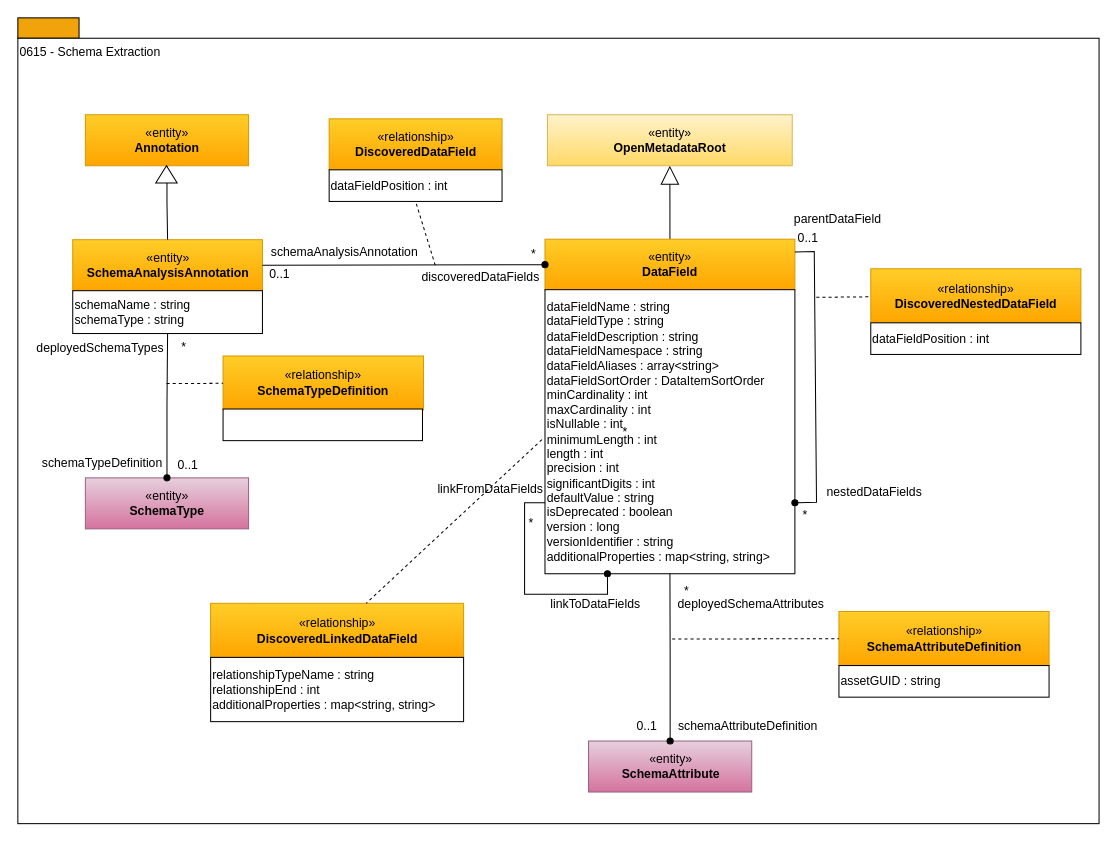
odpi/egeria-docs keeps this draw.io diagram as page "0615-Schema-Extraction" (6 of 16) of site/docs/types/6/area-6-discovery.drawio. Above is the earlier version. Source tidied: cells renumbered, new cells numbered last; positions are measured from the earlier drawing's top-left corner, leaving out a move shared by most shapes. Both pictures are drawn from the tidied source at 102%, with x=0, y=0 at pixel (17, 17).
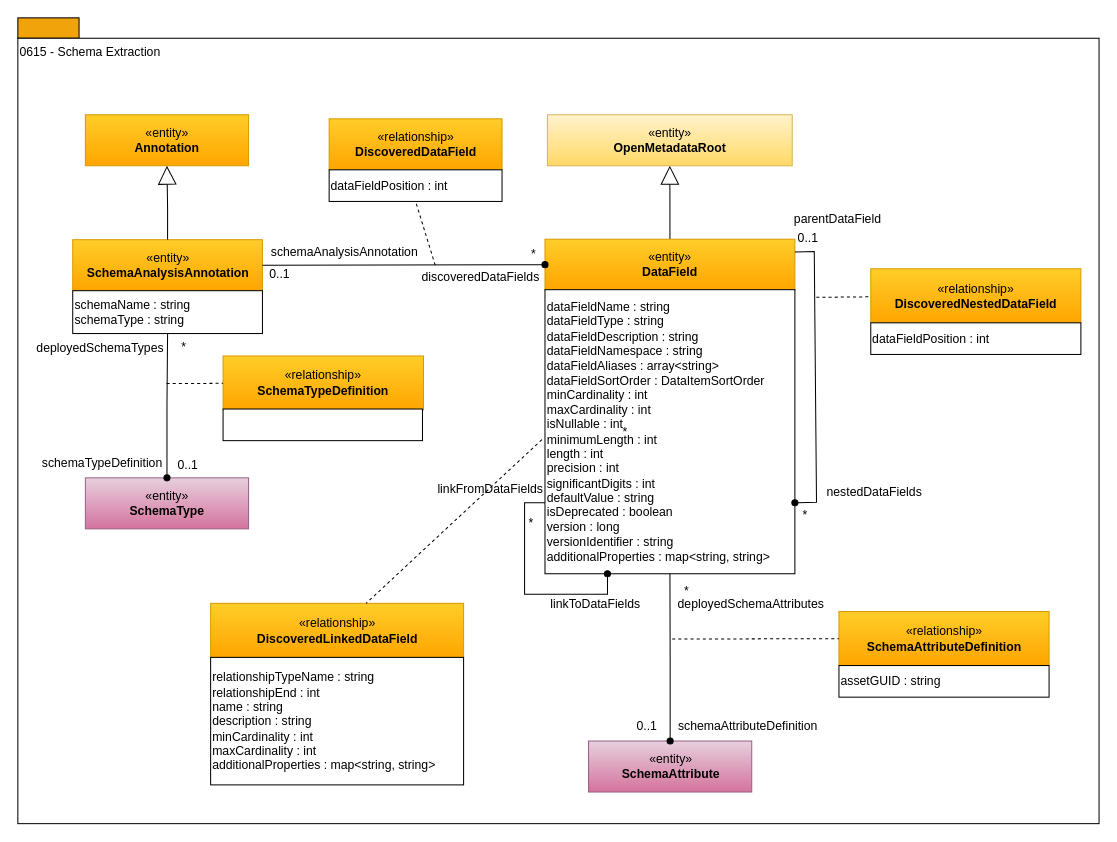
The same page after the edit.

Commit message (it also covers changes not shown here):
Extend DiscoveredLinkedDataField relationship

The change refers to these unchanged cells:
```xml
<mxCell id="4" value="«entity»&lt;br&gt;&lt;b&gt;SchemaAnalysisAnnotation&lt;/b&gt;" style="html=1;strokeColor=#d79b00;align=center;fillColor=#ffcd28;gradientColor=#ffa500;" parent="1" vertex="1">
  <mxGeometry x="53.8" y="217.5" width="186" height="50" as="geometry" />
</mxCell>
<mxCell id="7" value="«entity»&lt;br&gt;&lt;b&gt;Annotation&lt;/b&gt;" style="html=1;strokeColor=#d79b00;align=center;fillColor=#ffcd28;gradientColor=#ffa500;" parent="1" vertex="1">
  <mxGeometry x="66.2" y="95" width="160" height="50" as="geometry" />
</mxCell>
```

The edit, as a diff of the source:
```diff
@@
-    <mxCell id="6" style="edgeStyle=orthogonalEdgeStyle;rounded=0;html=1;endArrow=none;endFill=0;jettySize=auto;" parent="1" edge="1" source="7" target="4">
-      <mxGeometry relative="1" as="geometry" />
-    </mxCell>
@@
-    <mxCell id="8" style="triangle;whiteSpace=wrap;html=1;strokeColor=#000000;gradientColor=#ffffff;align=center;rotation=-90;" parent="1" vertex="1">
-      <mxGeometry x="137.2" y="143" width="17" height="21" as="geometry" />
-    </mxCell>
@@
-    <mxCell id="50" value="relationshipTypeName : string&lt;br&gt;relationshipEnd : int&lt;br&gt;additionalProperties : map&amp;lt;string, string&amp;gt;" style="rounded=0;whiteSpace=wrap;html=1;strokeColor=#000000;gradientColor=#ffffff;align=left;" parent="1" vertex="1">
-      <mxGeometry x="189" y="627" width="248" height="63" as="geometry" />
+    <mxCell id="50" value="relationshipTypeName : string&lt;br&gt;relationshipEnd : int&lt;br&gt;name : string&lt;br&gt;description : string&lt;br&gt;minCardinality : int&lt;br style=&quot;border-color: var(--border-color);&quot;&gt;maxCardinality : int&lt;br&gt;additionalProperties : map&amp;lt;string, string&amp;gt;" style="rounded=0;whiteSpace=wrap;html=1;strokeColor=#000000;gradientColor=#ffffff;align=left;" parent="1" vertex="1">
+      <mxGeometry x="189" y="627" width="248" height="125" as="geometry" />
     </mxCell>
@@
+    <mxCell id="55" style="edgeStyle=orthogonalEdgeStyle;rounded=0;jettySize=auto;html=1;endArrow=block;endFill=0;endSize=16;entryX=0.5;entryY=1;entryDx=0;entryDy=0;exitX=0.5;exitY=0;exitDx=0;exitDy=0;" parent="1" edge="1" source="4" target="7">
+      <mxGeometry relative="1" as="geometry" />
+    </mxCell>
```
